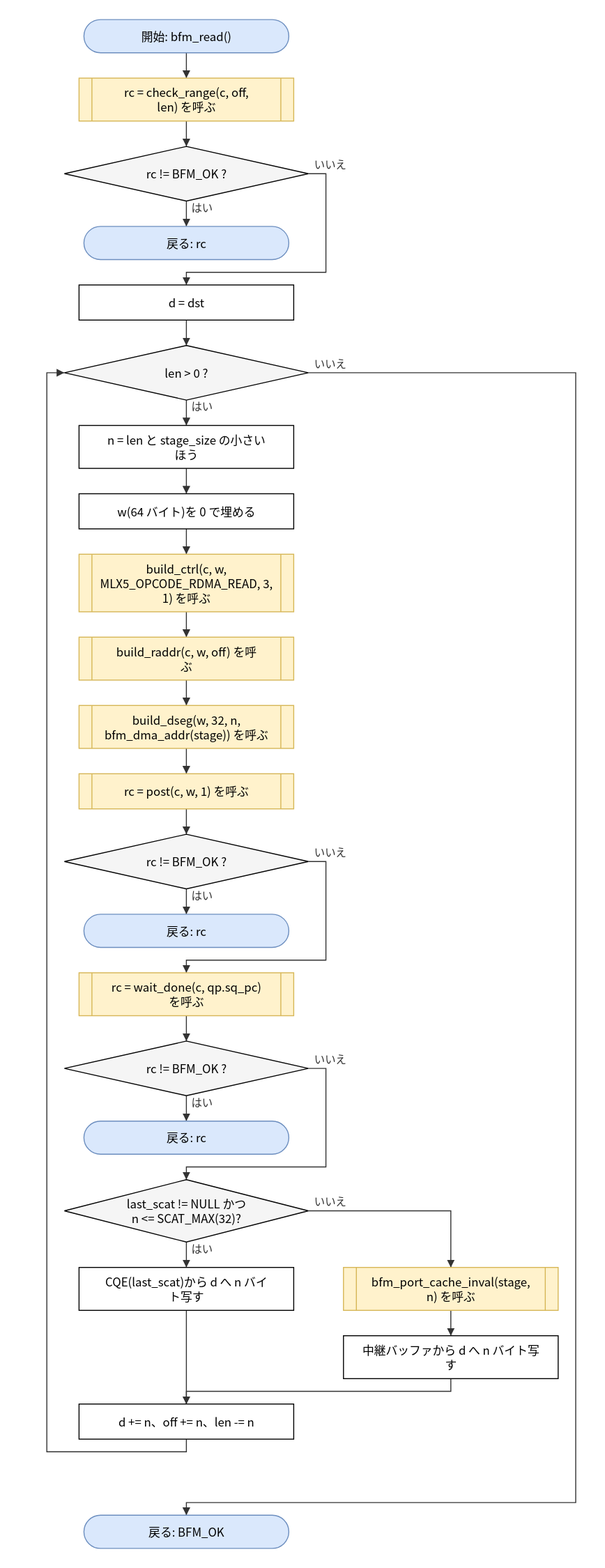
This is doc/spec/images/flow_src_bfm_ops__bfm_read.drawio.svg from hf355051012-ai/bfmem, a draw.io export, as it was before one commit. Source tidied: cells renumbered, new cells last; positions are measured from the earlier drawing's top-left corner, leaving out a move shared by most shapes.
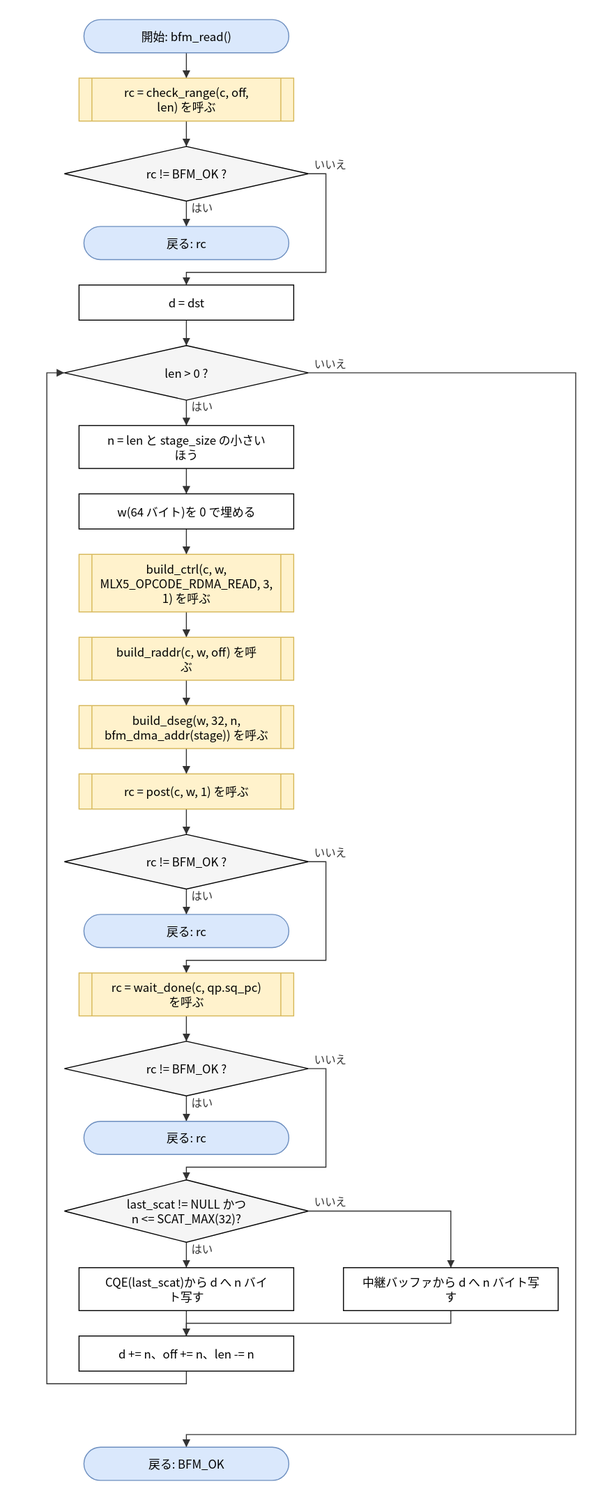
The same diagram one commit later.

The edit, as a diff of the source:
```diff
@@ -59,18 +59,15 @@
     <mxCell id="20" value="CQE(last_scat)から d へ n バイ&lt;br&gt;ト写す" style="rounded=0;whiteSpace=wrap;html=1;" parent="1" vertex="1">
       <mxGeometry x="33" y="1279" width="220" height="44" as="geometry" />
     </mxCell>
-    <mxCell id="21" value="bfm_port_cache_inval(stage,&lt;br&gt;n) を呼ぶ" style="shape=process;whiteSpace=wrap;html=1;backgroundOutline=1;size=0.06;fillColor=#fff2cc;strokeColor=#d6b656;" parent="1" vertex="1">
+    <mxCell id="21" value="中継バッファから d へ n バイト写&lt;br&gt;す" style="rounded=0;whiteSpace=wrap;html=1;" parent="1" vertex="1">
       <mxGeometry x="304" y="1279" width="220" height="44" as="geometry" />
     </mxCell>
-    <mxCell id="22" value="中継バッファから d へ n バイト写&lt;br&gt;す" style="rounded=0;whiteSpace=wrap;html=1;" parent="1" vertex="1">
-      <mxGeometry x="304" y="1349" width="220" height="44" as="geometry" />
+    <mxCell id="22" value="d += n、off += n、len -= n" style="rounded=0;whiteSpace=wrap;html=1;" parent="1" vertex="1">
+      <mxGeometry x="33" y="1349" width="220" height="36" as="geometry" />
     </mxCell>
-    <mxCell id="23" value="d += n、off += n、len -= n" style="rounded=0;whiteSpace=wrap;html=1;" parent="1" vertex="1">
-      <mxGeometry x="33" y="1419" width="220" height="36" as="geometry" />
+    <mxCell id="23" value="戻る: BFM_OK" style="rounded=1;arcSize=50;whiteSpace=wrap;html=1;fillColor=#dae8fc;strokeColor=#6c8ebf;" parent="1" vertex="1">
+      <mxGeometry x="38" y="1463" width="210" height="34" as="geometry" />
     </mxCell>
-    <mxCell id="24" value="戻る: BFM_OK" style="rounded=1;arcSize=50;whiteSpace=wrap;html=1;fillColor=#dae8fc;strokeColor=#6c8ebf;" parent="1" vertex="1">
-      <mxGeometry x="38" y="1533" width="210" height="34" as="geometry" />
-    </mxCell>
     <mxCell id="25" style="edgeStyle=none;html=1;rounded=0;endArrow=block;endFill=1;exitX=0.5000;exitY=1.0000;exitDx=0;exitDy=0;exitPerimeter=0;entryX=0.5000;entryY=0.0000;entryDx=0;entryDy=0;entryPerimeter=0;" parent="1" edge="1" source="2" target="3">
       <mxGeometry relative="1" as="geometry" />
     </mxCell>
@@ -150,37 +147,34 @@
         </Array>
       </mxGeometry>
     </mxCell>
-    <mxCell id="44" style="edgeStyle=none;html=1;rounded=0;endArrow=block;endFill=1;exitX=0.5000;exitY=1.0000;exitDx=0;exitDy=0;exitPerimeter=0;entryX=0.5000;entryY=0.0000;entryDx=0;entryDy=0;entryPerimeter=0;" parent="1" edge="1" source="21" target="22">
+    <mxCell id="44" style="edgeStyle=none;html=1;rounded=0;endArrow=block;endFill=1;exitX=0.5000;exitY=1.0000;exitDx=0;exitDy=0;exitPerimeter=0;entryX=0.5000;entryY=0.0000;entryDx=0;entryDy=0;entryPerimeter=0;" parent="1" edge="1" source="20" target="22">
       <mxGeometry relative="1" as="geometry" />
     </mxCell>
-    <mxCell id="45" style="edgeStyle=none;html=1;rounded=0;endArrow=block;endFill=1;exitX=0.5000;exitY=1.0000;exitDx=0;exitDy=0;exitPerimeter=0;entryX=0.5000;entryY=0.0000;entryDx=0;entryDy=0;entryPerimeter=0;" parent="1" edge="1" source="20" target="23">
-      <mxGeometry relative="1" as="geometry" />
+    <mxCell id="45" style="edgeStyle=none;html=1;rounded=0;endArrow=block;endFill=1;exitX=0.5000;exitY=1.0000;exitDx=0;exitDy=0;exitPerimeter=0;entryX=0.5000;entryY=0.0000;entryDx=0;entryDy=0;entryPerimeter=0;" parent="1" edge="1" source="21" target="22">
+      <mxGeometry relative="1" as="geometry">
+        <Array as="points">
+          <mxPoint x="414" y="1336" />
+          <mxPoint x="143" y="1336" />
+        </Array>
+      </mxGeometry>
     </mxCell>
-    <mxCell id="46" style="edgeStyle=none;html=1;rounded=0;endArrow=block;endFill=1;exitX=0.5000;exitY=1.0000;exitDx=0;exitDy=0;exitPerimeter=0;entryX=0.5000;entryY=0.0000;entryDx=0;entryDy=0;entryPerimeter=0;" parent="1" edge="1" source="22" target="23">
+    <mxCell id="46" style="edgeStyle=none;html=1;rounded=0;endArrow=block;endFill=1;exitX=0.5000;exitY=1.0000;exitDx=0;exitDy=0;exitPerimeter=0;entryX=0.0000;entryY=0.5000;entryDx=0;entryDy=0;entryPerimeter=0;" parent="1" edge="1" source="22" target="7">
       <mxGeometry relative="1" as="geometry">
         <Array as="points">
-          <mxPoint x="414" y="1406" />
-          <mxPoint x="143" y="1406" />
+          <mxPoint x="143" y="1398" />
+          <mxPoint y="1398" />
+          <mxPoint y="362" />
         </Array>
       </mxGeometry>
     </mxCell>
-    <mxCell id="47" style="edgeStyle=none;html=1;rounded=0;endArrow=block;endFill=1;exitX=0.5000;exitY=1.0000;exitDx=0;exitDy=0;exitPerimeter=0;entryX=0.0000;entryY=0.5000;entryDx=0;entryDy=0;entryPerimeter=0;" parent="1" edge="1" source="23" target="7">
+    <mxCell id="47" value="いいえ" style="edgeStyle=none;html=1;rounded=0;endArrow=block;endFill=1;exitX=1.0000;exitY=0.5000;exitDx=0;exitDy=0;exitPerimeter=0;entryX=0.5000;entryY=0.0000;entryDx=0;entryDy=0;entryPerimeter=0;" parent="1" edge="1" source="7" target="23">
       <mxGeometry relative="1" as="geometry">
         <Array as="points">
-          <mxPoint x="143" y="1468" />
-          <mxPoint y="1468" />
-          <mxPoint y="362" />
+          <mxPoint x="542" y="362" />
+          <mxPoint x="542" y="1450" />
+          <mxPoint x="143" y="1450" />
         </Array>
       </mxGeometry>
     </mxCell>
-    <mxCell id="48" value="いいえ" style="edgeStyle=none;html=1;rounded=0;endArrow=block;endFill=1;exitX=1.0000;exitY=0.5000;exitDx=0;exitDy=0;exitPerimeter=0;entryX=0.5000;entryY=0.0000;entryDx=0;entryDy=0;entryPerimeter=0;" parent="1" edge="1" source="7" target="24">
-      <mxGeometry relative="1" as="geometry">
-        <Array as="points">
-          <mxPoint x="542" y="362" />
-          <mxPoint x="542" y="1520" />
-          <mxPoint x="143" y="1520" />
-        </Array>
-      </mxGeometry>
-    </mxCell>
   </root>
 </mxGraphModel>
```
